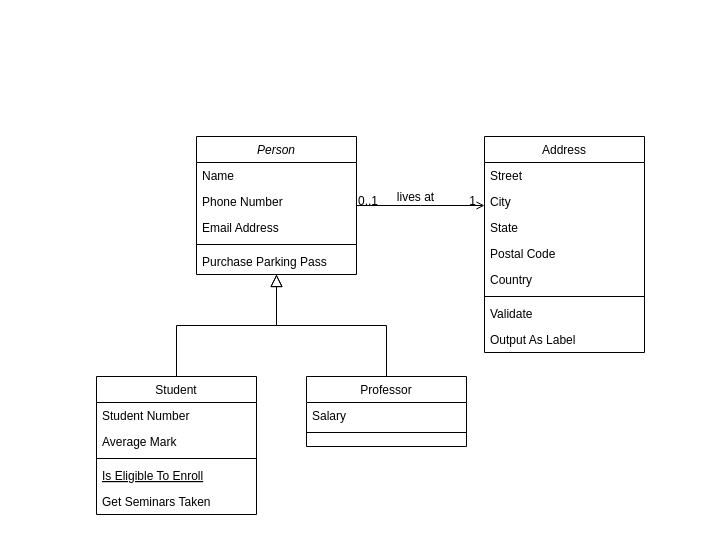
This is Untitled Diagram.drawio from JoWonHyeung/HelperFriend_Project, a draw.io file, before an edit. Source tidied: cells renumbered, new cells numbered last; positions are measured from the earlier drawing's top-left corner, leaving out a move shared by most shapes. Both pictures are drawn from the tidied source at 100%, with x=0, y=0 at pixel (96, 136).
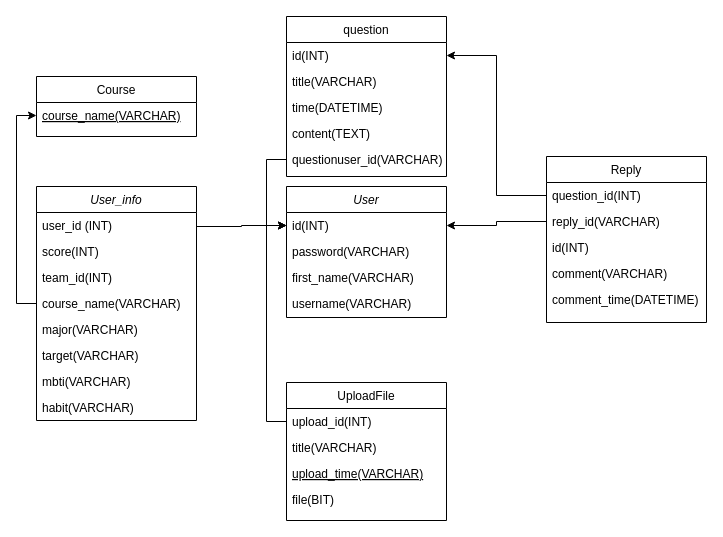
Above is the later version.

What changed in the source:
```diff
@@
-    <mxCell id="2" value="Person" style="swimlane;fontStyle=2;align=center;verticalAlign=top;horizontal=1;startSize=26;rounded=0;shadow=0;strokeWidth=1;" parent="1" vertex="1">
-      <mxGeometry x="100" width="160" height="138" as="geometry" />
+    <mxCell id="2" value="User" style="swimlane;fontStyle=2;align=center;verticalAlign=top;horizontal=1;startSize=26;rounded=0;shadow=0;strokeWidth=1;" parent="1" vertex="1">
+      <mxGeometry x="190" y="50" width="160" height="131" as="geometry" />
     </mxCell>
-    <mxCell id="3" value="Name" style="text;align=left;verticalAlign=top;spacingLeft=4;spacingRight=4;overflow=hidden;points=[[0,0.5],[1,0.5]];portConstraint=eastwest;" parent="2" vertex="1">
+    <mxCell id="3" value="id(INT)" style="text;align=left;verticalAlign=top;spacingLeft=4;spacingRight=4;overflow=hidden;points=[[0,0.5],[1,0.5]];portConstraint=eastwest;" parent="2" vertex="1">
       <mxGeometry y="26" width="160" height="26" as="geometry" />
     </mxCell>
-    <mxCell id="4" value="Phone Number" style="text;align=left;verticalAlign=top;spacingLeft=4;spacingRight=4;overflow=hidden;rounded=0;shadow=0;html=0;" parent="2" vertex="1">
+    <mxCell id="4" value="password(VARCHAR)" style="text;align=left;verticalAlign=top;spacingLeft=4;spacingRight=4;overflow=hidden;rounded=0;shadow=0;html=0;" parent="2" vertex="1">
       <mxGeometry y="52" width="160" height="26" as="geometry" />
     </mxCell>
-    <mxCell id="5" value="Email Address" style="text;align=left;verticalAlign=top;spacingLeft=4;spacingRight=4;overflow=hidden;rounded=0;shadow=0;html=0;" parent="2" vertex="1">
+    <mxCell id="5" value="first_name(VARCHAR)" style="text;align=left;verticalAlign=top;spacingLeft=4;spacingRight=4;overflow=hidden;rounded=0;shadow=0;html=0;" parent="2" vertex="1">
       <mxGeometry y="78" width="160" height="26" as="geometry" />
     </mxCell>
-    <mxCell id="6" style="line;html=1;strokeWidth=1;align=left;verticalAlign=middle;spacingTop=-1;spacingLeft=3;spacingRight=3;labelPosition=right;" parent="2" vertex="1">
-      <mxGeometry y="104" width="160" height="8" as="geometry" />
-    </mxCell>
-    <mxCell id="7" value="Purchase Parking Pass" style="text;align=left;verticalAlign=top;spacingLeft=4;spacingRight=4;overflow=hidden;" parent="2" vertex="1">
-      <mxGeometry y="112" width="160" height="26" as="geometry" />
-    </mxCell>
+    <mxCell id="32" value="username(VARCHAR)" style="text;align=left;verticalAlign=top;spacingLeft=4;spacingRight=4;overflow=hidden;rounded=0;shadow=0;html=0;" parent="2" vertex="1">
+      <mxGeometry y="104" width="160" height="26" as="geometry" />
+    </mxCell>
-    <mxCell id="8" value="Student" style="swimlane;fontStyle=0;align=center;verticalAlign=top;horizontal=1;startSize=26;rounded=0;shadow=0;strokeWidth=1;" parent="1" vertex="1">
-      <mxGeometry y="240" width="160" height="138" as="geometry" />
+    <mxCell id="8" value="UploadFile" style="swimlane;fontStyle=0;align=center;verticalAlign=top;horizontal=1;startSize=26;rounded=0;shadow=0;strokeWidth=1;" parent="1" vertex="1">
+      <mxGeometry x="190" y="246" width="160" height="138" as="geometry" />
     </mxCell>
-    <mxCell id="9" value="Student Number" style="text;align=left;verticalAlign=top;spacingLeft=4;spacingRight=4;overflow=hidden;points=[[0,0.5],[1,0.5]];portConstraint=eastwest;" parent="8" vertex="1">
+    <mxCell id="9" value="upload_id(INT)" style="text;align=left;verticalAlign=top;spacingLeft=4;spacingRight=4;overflow=hidden;points=[[0,0.5],[1,0.5]];portConstraint=eastwest;" parent="8" vertex="1">
       <mxGeometry y="26" width="160" height="26" as="geometry" />
     </mxCell>
-    <mxCell id="10" value="Average Mark" style="text;align=left;verticalAlign=top;spacingLeft=4;spacingRight=4;overflow=hidden;rounded=0;shadow=0;html=0;" parent="8" vertex="1">
+    <mxCell id="10" value="title(VARCHAR)" style="text;align=left;verticalAlign=top;spacingLeft=4;spacingRight=4;overflow=hidden;rounded=0;shadow=0;html=0;" parent="8" vertex="1">
       <mxGeometry y="52" width="160" height="26" as="geometry" />
     </mxCell>
-    <mxCell id="11" style="line;html=1;strokeWidth=1;align=left;verticalAlign=middle;spacingTop=-1;spacingLeft=3;spacingRight=3;labelPosition=right;" parent="8" vertex="1">
-      <mxGeometry y="78" width="160" height="8" as="geometry" />
-    </mxCell>
-    <mxCell id="12" value="Is Eligible To Enroll" style="text;align=left;verticalAlign=top;spacingLeft=4;spacingRight=4;overflow=hidden;fontStyle=4;" parent="8" vertex="1">
-      <mxGeometry y="86" width="160" height="26" as="geometry" />
+    <mxCell id="12" value="upload_time(VARCHAR)" style="text;align=left;verticalAlign=top;spacingLeft=4;spacingRight=4;overflow=hidden;fontStyle=4;" parent="8" vertex="1">
+      <mxGeometry y="78" width="160" height="26" as="geometry" />
     </mxCell>
-    <mxCell id="13" value="Get Seminars Taken" style="text;align=left;verticalAlign=top;spacingLeft=4;spacingRight=4;overflow=hidden;" parent="8" vertex="1">
-      <mxGeometry y="112" width="160" height="26" as="geometry" />
+    <mxCell id="13" value="file(BIT)" style="text;align=left;verticalAlign=top;spacingLeft=4;spacingRight=4;overflow=hidden;" parent="8" vertex="1">
+      <mxGeometry y="104" width="160" height="26" as="geometry" />
     </mxCell>
-    <mxCell id="14" style="endArrow=block;endSize=10;endFill=0;shadow=0;strokeWidth=1;rounded=0;edgeStyle=elbowEdgeStyle;elbow=vertical;" parent="1" edge="1" source="8" target="2">
-      <mxGeometry relative="1" as="geometry" />
-    </mxCell>
-    <mxCell id="15" value="Professor" style="swimlane;fontStyle=0;align=center;verticalAlign=top;horizontal=1;startSize=26;rounded=0;shadow=0;strokeWidth=1;" parent="1" vertex="1">
-      <mxGeometry x="210" y="240" width="160" height="70" as="geometry" />
+    <mxCell id="15" value="question" style="swimlane;fontStyle=0;align=center;verticalAlign=top;horizontal=1;startSize=26;rounded=0;shadow=0;strokeWidth=1;" parent="1" vertex="1">
+      <mxGeometry x="190" y="-120" width="160" height="160" as="geometry" />
     </mxCell>
-    <mxCell id="16" value="Salary" style="text;align=left;verticalAlign=top;spacingLeft=4;spacingRight=4;overflow=hidden;points=[[0,0.5],[1,0.5]];portConstraint=eastwest;" parent="15" vertex="1">
+    <mxCell id="16" value="id(INT)" style="text;align=left;verticalAlign=top;spacingLeft=4;spacingRight=4;overflow=hidden;points=[[0,0.5],[1,0.5]];portConstraint=eastwest;" parent="15" vertex="1">
       <mxGeometry y="26" width="160" height="26" as="geometry" />
     </mxCell>
-    <mxCell id="17" style="line;html=1;strokeWidth=1;align=left;verticalAlign=middle;spacingTop=-1;spacingLeft=3;spacingRight=3;labelPosition=right;" parent="15" vertex="1">
-      <mxGeometry y="52" width="160" height="8" as="geometry" />
-    </mxCell>
-    <mxCell id="18" style="endArrow=block;endSize=10;endFill=0;shadow=0;strokeWidth=1;rounded=0;edgeStyle=elbowEdgeStyle;elbow=vertical;" parent="1" edge="1" source="15" target="2">
-      <mxGeometry relative="1" as="geometry" />
-    </mxCell>
+    <mxCell id="33" value="title(VARCHAR)" style="text;align=left;verticalAlign=top;spacingLeft=4;spacingRight=4;overflow=hidden;" parent="15" vertex="1">
+      <mxGeometry y="52" width="160" height="26" as="geometry" />
+    </mxCell>
+    <mxCell id="34" value="time(DATETIME)" style="text;align=left;verticalAlign=top;spacingLeft=4;spacingRight=4;overflow=hidden;" parent="15" vertex="1">
+      <mxGeometry y="78" width="160" height="26" as="geometry" />
+    </mxCell>
+    <mxCell id="35" value="content(TEXT)" style="text;align=left;verticalAlign=top;spacingLeft=4;spacingRight=4;overflow=hidden;" parent="15" vertex="1">
+      <mxGeometry y="104" width="160" height="26" as="geometry" />
+    </mxCell>
+    <mxCell id="36" value="questionuser_id(VARCHAR)" style="text;align=left;verticalAlign=top;spacingLeft=4;spacingRight=4;overflow=hidden;points=[[0,0.5],[1,0.5]];portConstraint=eastwest;" parent="15" vertex="1">
+      <mxGeometry y="130" width="160" height="26" as="geometry" />
+    </mxCell>
-    <mxCell id="19" value="Address" style="swimlane;fontStyle=0;align=center;verticalAlign=top;horizontal=1;startSize=26;rounded=0;shadow=0;strokeWidth=1;" parent="1" vertex="1">
-      <mxGeometry x="388" width="160" height="216" as="geometry" />
+    <mxCell id="19" value="Reply" style="swimlane;fontStyle=0;align=center;verticalAlign=top;horizontal=1;startSize=26;rounded=0;shadow=0;strokeWidth=1;" parent="1" vertex="1">
+      <mxGeometry x="450" y="20" width="160" height="166" as="geometry" />
     </mxCell>
-    <mxCell id="20" value="Street" style="text;align=left;verticalAlign=top;spacingLeft=4;spacingRight=4;overflow=hidden;points=[[0,0.5],[1,0.5]];portConstraint=eastwest;" parent="19" vertex="1">
+    <mxCell id="20" value="question_id(INT)" style="text;align=left;verticalAlign=top;spacingLeft=4;spacingRight=4;overflow=hidden;points=[[0,0.5],[1,0.5]];portConstraint=eastwest;" parent="19" vertex="1">
       <mxGeometry y="26" width="160" height="26" as="geometry" />
     </mxCell>
-    <mxCell id="21" value="City" style="text;align=left;verticalAlign=top;spacingLeft=4;spacingRight=4;overflow=hidden;points=[[0,0.5],[1,0.5]];portConstraint=eastwest;rounded=0;shadow=0;html=0;" parent="19" vertex="1">
+    <mxCell id="21" value="reply_id(VARCHAR)" style="text;align=left;verticalAlign=top;spacingLeft=4;spacingRight=4;overflow=hidden;points=[[0,0.5],[1,0.5]];portConstraint=eastwest;rounded=0;shadow=0;html=0;" parent="19" vertex="1">
       <mxGeometry y="52" width="160" height="26" as="geometry" />
     </mxCell>
-    <mxCell id="22" value="State" style="text;align=left;verticalAlign=top;spacingLeft=4;spacingRight=4;overflow=hidden;rounded=0;shadow=0;html=0;" parent="19" vertex="1">
+    <mxCell id="22" value="id(INT)" style="text;align=left;verticalAlign=top;spacingLeft=4;spacingRight=4;overflow=hidden;rounded=0;shadow=0;html=0;" parent="19" vertex="1">
       <mxGeometry y="78" width="160" height="26" as="geometry" />
     </mxCell>
-    <mxCell id="23" value="Postal Code" style="text;align=left;verticalAlign=top;spacingLeft=4;spacingRight=4;overflow=hidden;rounded=0;shadow=0;html=0;" parent="19" vertex="1">
+    <mxCell id="23" value="comment(VARCHAR)" style="text;align=left;verticalAlign=top;spacingLeft=4;spacingRight=4;overflow=hidden;rounded=0;shadow=0;html=0;" parent="19" vertex="1">
       <mxGeometry y="104" width="160" height="26" as="geometry" />
     </mxCell>
-    <mxCell id="24" value="Country" style="text;align=left;verticalAlign=top;spacingLeft=4;spacingRight=4;overflow=hidden;rounded=0;shadow=0;html=0;" parent="19" vertex="1">
+    <mxCell id="24" value="comment_time(DATETIME)" style="text;align=left;verticalAlign=top;spacingLeft=4;spacingRight=4;overflow=hidden;rounded=0;shadow=0;html=0;" parent="19" vertex="1">
       <mxGeometry y="130" width="160" height="26" as="geometry" />
     </mxCell>
-    <mxCell id="25" style="line;html=1;strokeWidth=1;align=left;verticalAlign=middle;spacingTop=-1;spacingLeft=3;spacingRight=3;labelPosition=right;" parent="19" vertex="1">
-      <mxGeometry y="156" width="160" height="8" as="geometry" />
-    </mxCell>
-    <mxCell id="26" value="Validate" style="text;align=left;verticalAlign=top;spacingLeft=4;spacingRight=4;overflow=hidden;" parent="19" vertex="1">
-      <mxGeometry y="164" width="160" height="26" as="geometry" />
-    </mxCell>
-    <mxCell id="27" value="Output As Label" style="text;align=left;verticalAlign=top;spacingLeft=4;spacingRight=4;overflow=hidden;" parent="19" vertex="1">
-      <mxGeometry y="190" width="160" height="26" as="geometry" />
-    </mxCell>
-    <mxCell id="28" style="endArrow=open;shadow=0;strokeWidth=1;rounded=0;endFill=1;edgeStyle=elbowEdgeStyle;elbow=vertical;" parent="1" edge="1" source="2" target="19">
-      <mxGeometry x="0.5" y="41" relative="1" as="geometry">
-        <mxPoint x="-40" y="32" as="offset" />
-      </mxGeometry>
-    </mxCell>
-    <mxCell id="29" value="0..1" style="align=left;verticalAlign=bottom;labelBackgroundColor=none;fontSize=12;" parent="28" vertex="1">
-      <mxGeometry x="-1" relative="1" as="geometry">
-        <mxPoint y="4" as="offset" />
-      </mxGeometry>
-    </mxCell>
-    <mxCell id="30" value="1" style="align=right;verticalAlign=bottom;labelBackgroundColor=none;fontSize=12;" parent="28" vertex="1">
-      <mxGeometry x="1" relative="1" as="geometry">
-        <mxPoint x="-7" y="4" as="offset" />
-      </mxGeometry>
-    </mxCell>
-    <mxCell id="31" value="lives at" style="text;html=1;align=center;verticalAlign=middle;labelBackgroundColor=none;rounded=0;shadow=0;strokeWidth=1;fontSize=12;" parent="28" vertex="1">
-      <mxGeometry x="0.5" y="49" relative="1" as="geometry">
-        <mxPoint x="-38" y="40" as="offset" />
-      </mxGeometry>
-    </mxCell>
+    <mxCell id="37" value="User_info" style="swimlane;fontStyle=2;align=center;verticalAlign=top;horizontal=1;startSize=26;rounded=0;shadow=0;strokeWidth=1;" parent="1" vertex="1">
+      <mxGeometry x="-60" y="50" width="160" height="234" as="geometry" />
+    </mxCell>
+    <mxCell id="38" value="user_id (INT)       " style="text;align=left;verticalAlign=top;spacingLeft=4;spacingRight=4;overflow=hidden;points=[[0,0.5],[1,0.5]];portConstraint=eastwest;" parent="37" vertex="1">
+      <mxGeometry y="26" width="160" height="26" as="geometry" />
+    </mxCell>
+    <mxCell id="39" value="score(INT)" style="text;align=left;verticalAlign=top;spacingLeft=4;spacingRight=4;overflow=hidden;rounded=0;shadow=0;html=0;" parent="37" vertex="1">
+      <mxGeometry y="52" width="160" height="26" as="geometry" />
+    </mxCell>
+    <mxCell id="40" value="team_id(INT)" style="text;align=left;verticalAlign=top;spacingLeft=4;spacingRight=4;overflow=hidden;rounded=0;shadow=0;html=0;" parent="37" vertex="1">
+      <mxGeometry y="78" width="160" height="26" as="geometry" />
+    </mxCell>
+    <mxCell id="41" value="course_name(VARCHAR)" style="text;align=left;verticalAlign=top;spacingLeft=4;spacingRight=4;overflow=hidden;points=[[0,0.5],[1,0.5]];portConstraint=eastwest;" parent="37" vertex="1">
+      <mxGeometry y="104" width="160" height="26" as="geometry" />
+    </mxCell>
+    <mxCell id="42" value="major(VARCHAR)" style="text;align=left;verticalAlign=top;spacingLeft=4;spacingRight=4;overflow=hidden;" parent="37" vertex="1">
+      <mxGeometry y="130" width="160" height="26" as="geometry" />
+    </mxCell>
+    <mxCell id="43" value="target(VARCHAR)" style="text;align=left;verticalAlign=top;spacingLeft=4;spacingRight=4;overflow=hidden;" parent="37" vertex="1">
+      <mxGeometry y="156" width="160" height="26" as="geometry" />
+    </mxCell>
+    <mxCell id="44" value="mbti(VARCHAR)" style="text;align=left;verticalAlign=top;spacingLeft=4;spacingRight=4;overflow=hidden;" parent="37" vertex="1">
+      <mxGeometry y="182" width="160" height="26" as="geometry" />
+    </mxCell>
+    <mxCell id="45" value="habit(VARCHAR)" style="text;align=left;verticalAlign=top;spacingLeft=4;spacingRight=4;overflow=hidden;" parent="37" vertex="1">
+      <mxGeometry y="208" width="160" height="26" as="geometry" />
+    </mxCell>
+    <mxCell id="46" style="edgeStyle=orthogonalEdgeStyle;rounded=0;jettySize=auto;html=1;entryX=0;entryY=0.5;entryDx=0;entryDy=0;" parent="1" edge="1" source="38" target="3">
+      <mxGeometry relative="1" as="geometry">
+        <Array as="points">
+          <mxPoint x="145" y="90" />
+        </Array>
+      </mxGeometry>
+    </mxCell>
+    <mxCell id="47" style="edgeStyle=orthogonalEdgeStyle;rounded=0;jettySize=auto;html=1;entryX=0;entryY=0.5;entryDx=0;entryDy=0;" parent="1" edge="1" source="9" target="3">
+      <mxGeometry relative="1" as="geometry" />
+    </mxCell>
+    <mxCell id="48" style="edgeStyle=orthogonalEdgeStyle;rounded=0;jettySize=auto;html=1;entryX=0;entryY=0.5;entryDx=0;entryDy=0;" parent="1" edge="1" source="36" target="3">
+      <mxGeometry relative="1" as="geometry" />
+    </mxCell>
+    <mxCell id="49" style="edgeStyle=orthogonalEdgeStyle;rounded=0;jettySize=auto;html=1;entryX=1;entryY=0.5;entryDx=0;entryDy=0;" parent="1" edge="1" source="20" target="16">
+      <mxGeometry relative="1" as="geometry" />
+    </mxCell>
+    <mxCell id="50" style="edgeStyle=orthogonalEdgeStyle;rounded=0;jettySize=auto;html=1;entryX=1;entryY=0.5;entryDx=0;entryDy=0;" parent="1" edge="1" source="21" target="3">
+      <mxGeometry relative="1" as="geometry" />
+    </mxCell>
+    <mxCell id="51" value="Course" style="swimlane;fontStyle=0;align=center;verticalAlign=top;horizontal=1;startSize=26;rounded=0;shadow=0;strokeWidth=1;" parent="1" vertex="1">
+      <mxGeometry x="-60" y="-60" width="160" height="60" as="geometry" />
+    </mxCell>
+    <mxCell id="52" value="course_name(VARCHAR)" style="text;align=left;verticalAlign=top;spacingLeft=4;spacingRight=4;overflow=hidden;points=[[0,0.5],[1,0.5]];portConstraint=eastwest;fontStyle=4;" parent="51" vertex="1">
+      <mxGeometry y="26" width="160" height="26" as="geometry" />
+    </mxCell>
+    <mxCell id="53" style="edgeStyle=orthogonalEdgeStyle;rounded=0;jettySize=auto;html=1;entryX=0;entryY=0.5;entryDx=0;entryDy=0;" parent="1" edge="1" source="41" target="52">
+      <mxGeometry relative="1" as="geometry" />
+    </mxCell>
```
